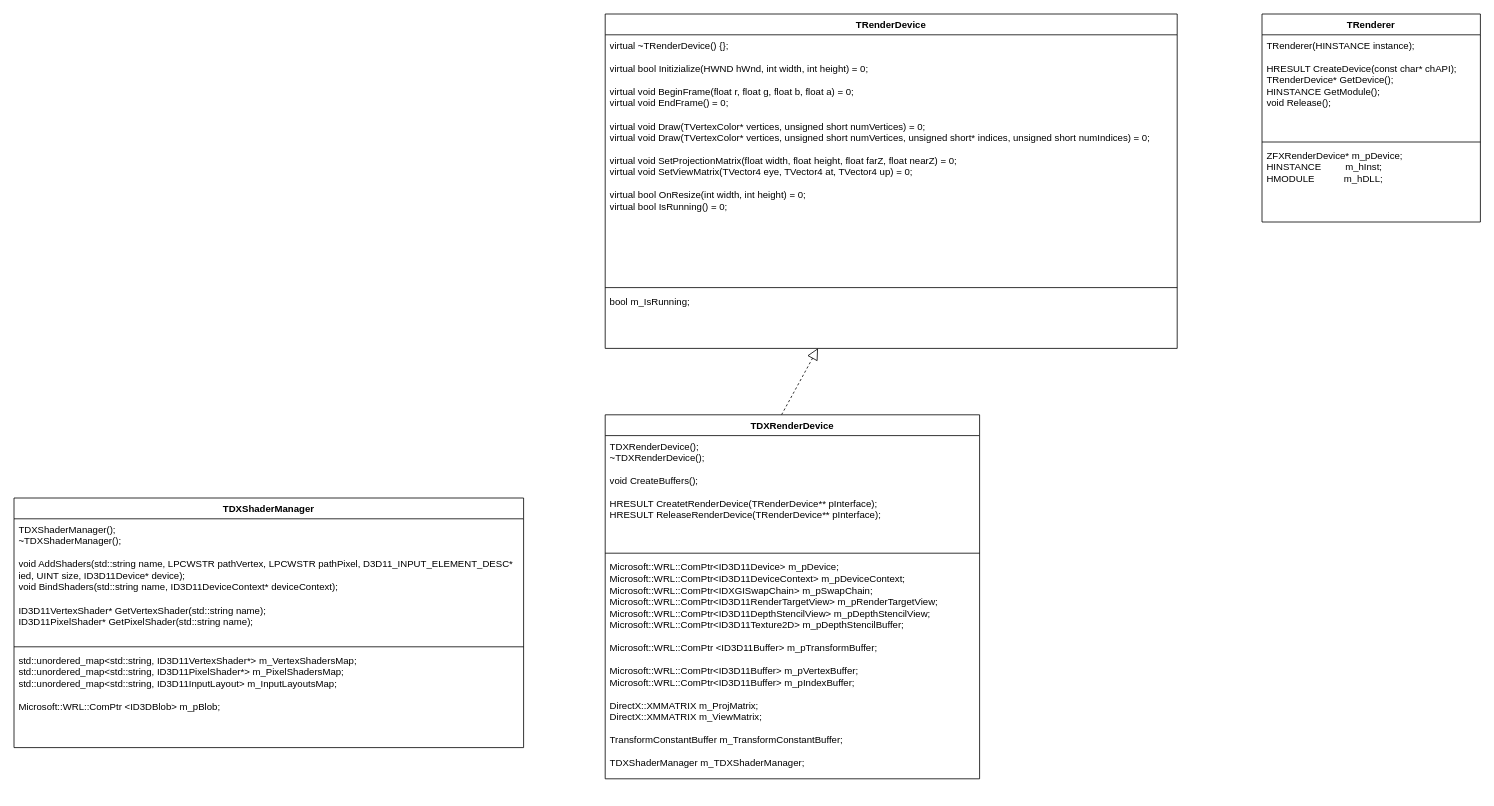
The draw.io diagram UML/TRenderer.drawio in f1oating/TRender, before the edit. Source tidied: cells renumbered, new cells numbered last; positions are measured from the earlier drawing's top-left corner, leaving out a move shared by most shapes. Both pictures are drawn from the tidied source at 80%, with x=0, y=0 at pixel (14, 14).
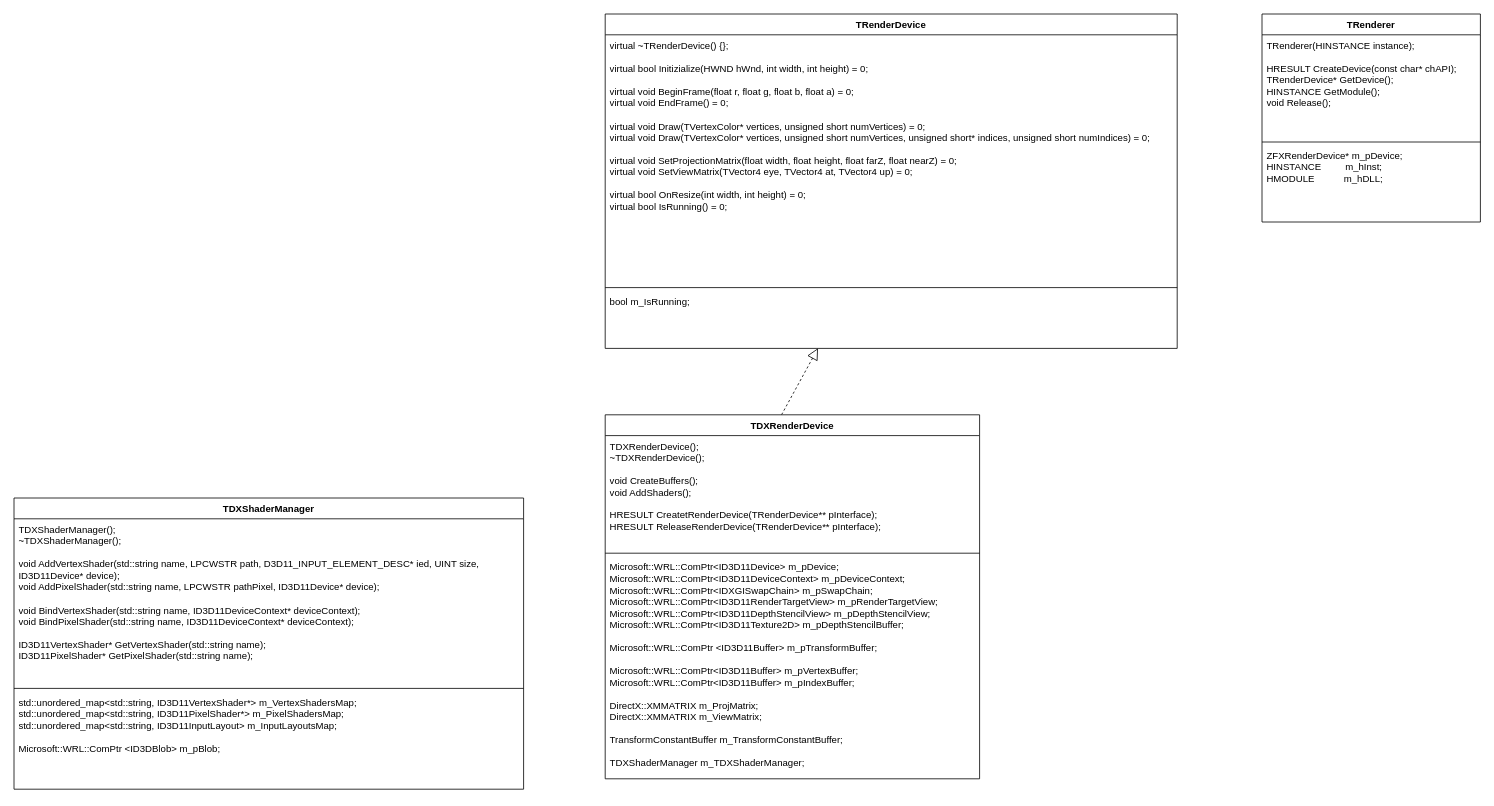
The same diagram, later.

What changed in the source:
```diff
@@
 <mxGraphModel>
   <root>
     <mxCell id="0" />
     <mxCell id="1" parent="0" />
     <mxCell id="2" value="TRenderDevice" style="swimlane;fontStyle=1;align=center;verticalAlign=top;horizontal=1;startSize=26;whiteSpace=wrap;html=1;" parent="1" vertex="1">
       <mxGeometry x="739" width="715" height="418" as="geometry" />
     </mxCell>
     <mxCell id="3" value="&lt;div&gt;virtual ~TRenderDevice() {};&lt;br&gt;&lt;/div&gt;&lt;div&gt;&lt;br&gt;&lt;/div&gt;&lt;div&gt;virtual bool Initizialize(HWND hWnd, int width, int height) = 0;&lt;/div&gt;&lt;div&gt;&lt;br&gt;&lt;/div&gt;&lt;div&gt;virtual void BeginFrame(float r, float g, float b, float a) = 0;&lt;/div&gt;&lt;div&gt;virtual void EndFrame() = 0;&lt;/div&gt;&lt;div&gt;&lt;br&gt;&lt;/div&gt;&lt;div&gt;virtual void Draw(TVertexColor* vertices, unsigned short numVertices) = 0;&lt;br&gt;&lt;/div&gt;&lt;div&gt;virtual void Draw(TVertexColor* vertices, unsigned short numVertices, unsigned short* indices, unsigned short numIndices) = 0;&lt;br&gt;&lt;/div&gt;&lt;div&gt;&lt;br&gt;&lt;/div&gt;&lt;div&gt;virtual void SetProjectionMatrix(float width, float height, float farZ, float nearZ) = 0;&lt;/div&gt;&lt;div&gt;virtual void SetViewMatrix(TVector4 eye, TVector4 at, TVector4 up) = 0;&lt;br&gt;&lt;/div&gt;&lt;div&gt;&lt;br&gt;&lt;/div&gt;&lt;div&gt;virtual bool OnResize(int width, int height) = 0;&lt;/div&gt;&lt;div&gt;virtual bool IsRunning() = 0;&lt;br&gt;&lt;/div&gt;" style="text;strokeColor=none;fillColor=none;align=left;verticalAlign=top;spacingLeft=4;spacingRight=4;overflow=hidden;whiteSpace=wrap;html=1;" parent="2" vertex="1">
       <mxGeometry y="26" width="715" height="312" as="geometry" />
     </mxCell>
     <mxCell id="4" style="line;strokeWidth=1;fillColor=none;align=left;verticalAlign=middle;spacingTop=-1;spacingLeft=3;spacingRight=3;labelPosition=right;strokeColor=inherit;" parent="2" vertex="1">
       <mxGeometry y="338" width="715" height="8" as="geometry" />
     </mxCell>
     <mxCell id="5" value="&lt;div&gt;bool m_IsRunning;&lt;br&gt;&lt;/div&gt;" style="text;strokeColor=none;fillColor=none;align=left;verticalAlign=top;spacingLeft=4;spacingRight=4;overflow=hidden;points=[[0,0.5],[1,0.5]];portConstraint=eastwest;whiteSpace=wrap;html=1;" parent="2" vertex="1">
       <mxGeometry y="346" width="715" height="72" as="geometry" />
     </mxCell>
     <mxCell id="6" style="endArrow=block;dashed=1;endFill=0;endSize=12;html=1;rounded=0;entryX=0.372;entryY=0.997;entryDx=0;entryDy=0;entryPerimeter=0;exitX=0.471;exitY=0;exitDx=0;exitDy=0;exitPerimeter=0;" parent="1" edge="1" source="7" target="5">
       <mxGeometry relative="1" as="geometry" />
     </mxCell>
     <mxCell id="7" value="TDXRenderDevice" style="swimlane;fontStyle=1;align=center;verticalAlign=top;horizontal=1;startSize=26;whiteSpace=wrap;html=1;" parent="1" vertex="1">
       <mxGeometry x="739" y="501" width="468" height="455" as="geometry" />
     </mxCell>
-    <mxCell id="8" value="&lt;div&gt;TDXRenderDevice();&lt;/div&gt;&lt;div&gt;~TDXRenderDevice();&lt;/div&gt;&lt;div&gt;&lt;br&gt;&lt;/div&gt;&lt;div&gt;void CreateBuffers();&lt;br&gt;&lt;/div&gt;&lt;div&gt;&lt;br&gt;&lt;/div&gt;&lt;div&gt;HRESULT CreatetRenderDevice(TRenderDevice** pInterface);&amp;nbsp;&amp;nbsp;&amp;nbsp;&amp;nbsp;&lt;/div&gt;&lt;div&gt;HRESULT ReleaseRenderDevice(TRenderDevice** pInterface);&lt;br&gt;&lt;br&gt;&lt;/div&gt;" style="text;strokeColor=none;fillColor=none;align=left;verticalAlign=top;spacingLeft=4;spacingRight=4;overflow=hidden;whiteSpace=wrap;html=1;" parent="7" vertex="1">
+    <mxCell id="8" value="&lt;div&gt;TDXRenderDevice();&lt;/div&gt;&lt;div&gt;~TDXRenderDevice();&lt;/div&gt;&lt;div&gt;&lt;br&gt;&lt;/div&gt;&lt;div&gt;void CreateBuffers();&lt;/div&gt;&lt;div&gt;void AddShaders();&lt;br&gt;&lt;/div&gt;&lt;div&gt;&lt;br&gt;&lt;/div&gt;&lt;div&gt;HRESULT CreatetRenderDevice(TRenderDevice** pInterface);&amp;nbsp;&amp;nbsp;&amp;nbsp;&amp;nbsp;&lt;/div&gt;&lt;div&gt;HRESULT ReleaseRenderDevice(TRenderDevice** pInterface);&lt;br&gt;&lt;br&gt;&lt;/div&gt;" style="text;strokeColor=none;fillColor=none;align=left;verticalAlign=top;spacingLeft=4;spacingRight=4;overflow=hidden;whiteSpace=wrap;html=1;" parent="7" vertex="1">
       <mxGeometry y="26" width="468" height="143" as="geometry" />
     </mxCell>
     <mxCell id="9" style="line;strokeWidth=1;fillColor=none;align=left;verticalAlign=middle;spacingTop=-1;spacingLeft=3;spacingRight=3;labelPosition=right;strokeColor=inherit;" parent="7" vertex="1">
       <mxGeometry y="169" width="468" height="8" as="geometry" />
     </mxCell>
     <mxCell id="10" value="&lt;div&gt;Microsoft::WRL::ComPtr&amp;lt;ID3D11Device&amp;gt; m_pDevice; Microsoft::WRL::ComPtr&amp;lt;ID3D11DeviceContext&amp;gt; m_pDeviceContext; Microsoft::WRL::ComPtr&amp;lt;IDXGISwapChain&amp;gt; m_pSwapChain; Microsoft::WRL::ComPtr&amp;lt;ID3D11RenderTargetView&amp;gt; m_pRenderTargetView; Microsoft::WRL::ComPtr&amp;lt;ID3D11DepthStencilView&amp;gt; m_pDepthStencilView; Microsoft::WRL::ComPtr&amp;lt;ID3D11Texture2D&amp;gt; m_pDepthStencilBuffer;&lt;br&gt;&lt;/div&gt;&lt;div&gt;&lt;br&gt;&lt;/div&gt;&lt;div&gt;Microsoft::WRL::ComPtr &amp;lt;ID3D11Buffer&amp;gt; m_pTransformBuffer;&lt;br&gt;&lt;/div&gt;&lt;div&gt;&lt;br&gt;Microsoft::WRL::ComPtr&amp;lt;ID3D11Buffer&amp;gt; m_pVertexBuffer;&lt;br&gt;Microsoft::WRL::ComPtr&amp;lt;ID3D11Buffer&amp;gt; m_pIndexBuffer;&lt;br&gt;&lt;/div&gt;&lt;div&gt;&lt;br&gt;&lt;/div&gt;&lt;div&gt;DirectX::XMMATRIX m_ProjMatrix;&lt;br&gt;DirectX::XMMATRIX m_ViewMatrix;&lt;/div&gt;&lt;div&gt;&lt;br&gt;&lt;/div&gt;&lt;div&gt;TransformConstantBuffer m_TransformConstantBuffer;&lt;br&gt;&lt;/div&gt;&lt;div&gt;&lt;br&gt;&lt;/div&gt;&lt;div&gt;TDXShaderManager m_TDXShaderManager;&lt;br&gt;&lt;br&gt;&lt;/div&gt;" style="text;strokeColor=none;fillColor=none;align=left;verticalAlign=top;spacingLeft=4;spacingRight=4;overflow=hidden;whiteSpace=wrap;html=1;" parent="7" vertex="1">
       <mxGeometry y="177" width="468" height="278" as="geometry" />
     </mxCell>
     <mxCell id="11" value="TRenderer" style="swimlane;fontStyle=1;align=center;verticalAlign=top;horizontal=1;startSize=26;whiteSpace=wrap;html=1;" parent="1" vertex="1">
       <mxGeometry x="1560" width="273" height="260" as="geometry" />
     </mxCell>
     <mxCell id="12" value="&lt;div&gt;TRenderer(HINSTANCE instance);&lt;/div&gt;&lt;div&gt;&lt;br&gt;&lt;/div&gt;&lt;div&gt;HRESULT CreateDevice(const char* chAPI);&lt;/div&gt;&lt;div&gt;TRenderDevice* GetDevice();&lt;/div&gt;&lt;div&gt;HINSTANCE GetModule();&lt;/div&gt;&lt;div&gt;void Release();&lt;br&gt;&lt;/div&gt;" style="text;strokeColor=none;fillColor=none;align=left;verticalAlign=top;spacingLeft=4;spacingRight=4;overflow=hidden;whiteSpace=wrap;html=1;" parent="11" vertex="1">
       <mxGeometry y="26" width="273" height="130" as="geometry" />
     </mxCell>
     <mxCell id="13" style="line;strokeWidth=1;fillColor=none;align=left;verticalAlign=middle;spacingTop=-1;spacingLeft=3;spacingRight=3;labelPosition=right;strokeColor=inherit;" parent="11" vertex="1">
       <mxGeometry y="156" width="273" height="8" as="geometry" />
     </mxCell>
     <mxCell id="14" value="ZFXRenderDevice* m_pDevice;&lt;br&gt;HINSTANCE&amp;nbsp;&amp;nbsp;&amp;nbsp;&amp;nbsp;&amp;nbsp;&amp;nbsp;&amp;nbsp;&amp;nbsp; m_hInst;&lt;br&gt;HMODULE&amp;nbsp;&amp;nbsp;&amp;nbsp;&amp;nbsp;&amp;nbsp;&amp;nbsp;&amp;nbsp;&amp;nbsp;&amp;nbsp;&amp;nbsp; m_hDLL;" style="text;strokeColor=none;fillColor=none;align=left;verticalAlign=top;spacingLeft=4;spacingRight=4;overflow=hidden;whiteSpace=wrap;html=1;" parent="11" vertex="1">
       <mxGeometry y="164" width="273" height="96" as="geometry" />
     </mxCell>
     <mxCell id="15" value="TDXShaderManager" style="swimlane;fontStyle=1;align=center;verticalAlign=top;horizontal=1;startSize=26;whiteSpace=wrap;html=1;" parent="1" vertex="1">
-      <mxGeometry y="605" width="637" height="312" as="geometry" />
+      <mxGeometry y="605" width="637" height="364" as="geometry" />
     </mxCell>
-    <mxCell id="16" value="&lt;div&gt;TDXShaderManager();&lt;/div&gt;&lt;div&gt;~TDXShaderManager();&lt;/div&gt;&lt;div&gt;&lt;br&gt;&lt;/div&gt;&lt;div&gt;void AddShaders(std::string name, LPCWSTR pathVertex, LPCWSTR pathPixel, D3D11_INPUT_ELEMENT_DESC* ied, UINT size, ID3D11Device* device);&lt;/div&gt;&lt;div&gt;void BindShaders(std::string name, ID3D11DeviceContext* deviceContext);&lt;br&gt;&lt;/div&gt;&lt;div&gt;&lt;br&gt;&lt;/div&gt;&lt;div&gt;ID3D11VertexShader* GetVertexShader(std::string name);&lt;/div&gt;&lt;div&gt;ID3D11PixelShader* GetPixelShader(std::string name);&lt;/div&gt;" style="text;strokeColor=none;fillColor=none;align=left;verticalAlign=top;spacingLeft=4;spacingRight=4;overflow=hidden;whiteSpace=wrap;html=1;" parent="15" vertex="1">
-      <mxGeometry y="26" width="637" height="156" as="geometry" />
+    <mxCell id="16" value="&lt;div&gt;TDXShaderManager();&lt;/div&gt;&lt;div&gt;~TDXShaderManager();&lt;/div&gt;&lt;div&gt;&lt;br&gt;&lt;/div&gt;&lt;div&gt;void AddVertexShader(std::string name, LPCWSTR path, D3D11_INPUT_ELEMENT_DESC* ied, UINT size, ID3D11Device* device);&lt;/div&gt;&lt;div&gt;void AddPixelShader(std::string name, LPCWSTR pathPixel, ID3D11Device* device);&lt;/div&gt;&lt;div&gt;&lt;br&gt;&lt;/div&gt;&lt;div&gt;void BindVertexShader(std::string name, ID3D11DeviceContext* deviceContext);&lt;/div&gt;&lt;div&gt;void BindPixelShader(std::string name, ID3D11DeviceContext* deviceContext);&lt;/div&gt;&lt;div&gt;&lt;br&gt;&lt;/div&gt;&lt;div&gt;ID3D11VertexShader* GetVertexShader(std::string name);&lt;/div&gt;&lt;div&gt;ID3D11PixelShader* GetPixelShader(std::string name);&lt;/div&gt;" style="text;strokeColor=none;fillColor=none;align=left;verticalAlign=top;spacingLeft=4;spacingRight=4;overflow=hidden;whiteSpace=wrap;html=1;" parent="15" vertex="1">
+      <mxGeometry y="26" width="637" height="208" as="geometry" />
     </mxCell>
     <mxCell id="17" style="line;strokeWidth=1;fillColor=none;align=left;verticalAlign=middle;spacingTop=-1;spacingLeft=3;spacingRight=3;labelPosition=right;strokeColor=inherit;" parent="15" vertex="1">
-      <mxGeometry y="182" width="637" height="8" as="geometry" />
+      <mxGeometry y="234" width="637" height="8" as="geometry" />
     </mxCell>
     <mxCell id="18" value="&lt;div&gt;std::unordered_map&amp;lt;std::string, ID3D11VertexShader*&amp;gt; m_VertexShadersMap;&lt;/div&gt;&lt;div&gt;&lt;div&gt;std::unordered_map&amp;lt;std::string, ID3D11PixelShader*&amp;gt; m_PixelShadersMap;&lt;/div&gt;&lt;div&gt;&lt;div&gt;std::unordered_map&amp;lt;std::string, ID3D11InputLayout&amp;gt; m_InputLayoutsMap;&lt;/div&gt;&lt;div&gt;&lt;br&gt;&lt;/div&gt;&lt;div&gt;Microsoft::WRL::ComPtr &amp;lt;ID3DBlob&amp;gt; m_pBlob;&lt;/div&gt;&lt;/div&gt;&lt;/div&gt;" style="text;strokeColor=none;fillColor=none;align=left;verticalAlign=top;spacingLeft=4;spacingRight=4;overflow=hidden;whiteSpace=wrap;html=1;" parent="15" vertex="1">
-      <mxGeometry y="190" width="637" height="122" as="geometry" />
+      <mxGeometry y="242" width="637" height="122" as="geometry" />
     </mxCell>
   </root>
 </mxGraphModel>
```
